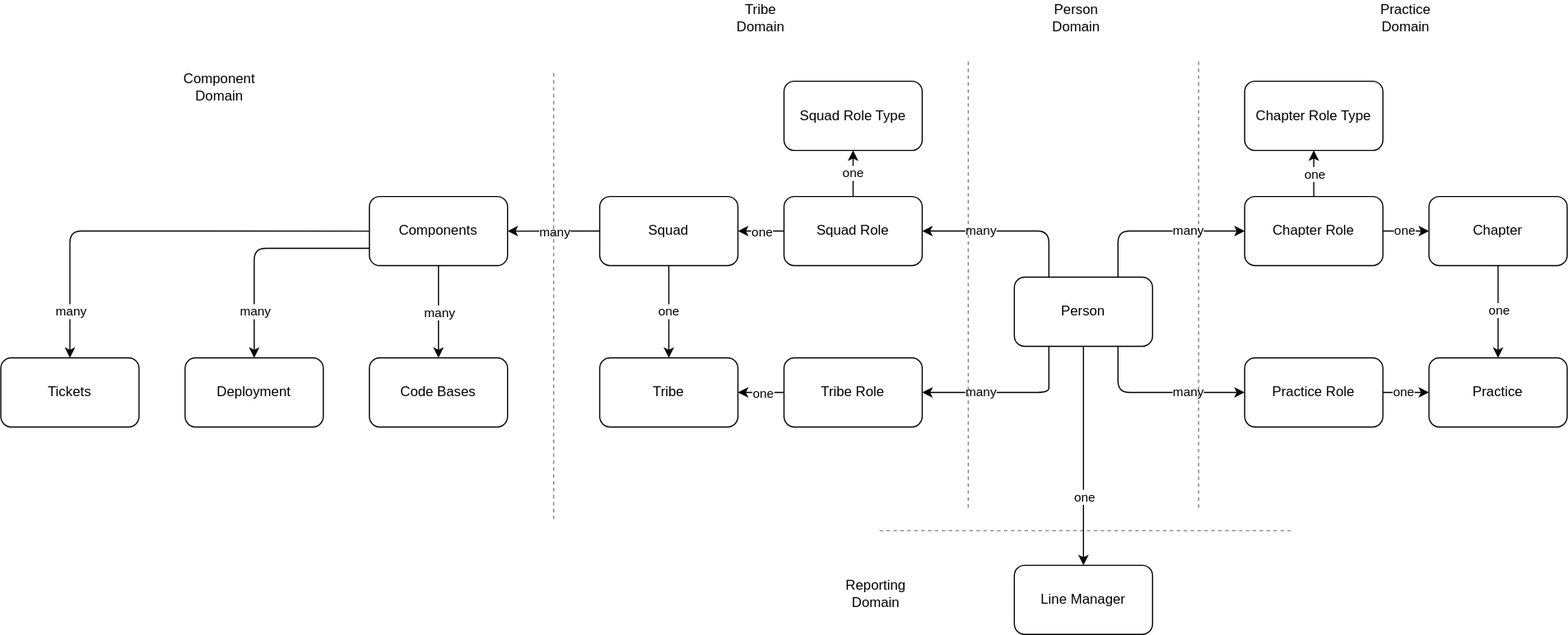
Earlier version of the draw.io export docs/data.drawio.svg (jdotw/swamp). Source tidied: cells renumbered, new cells last; positions are measured from the earlier drawing's top-left corner, leaving out a move shared by most shapes.
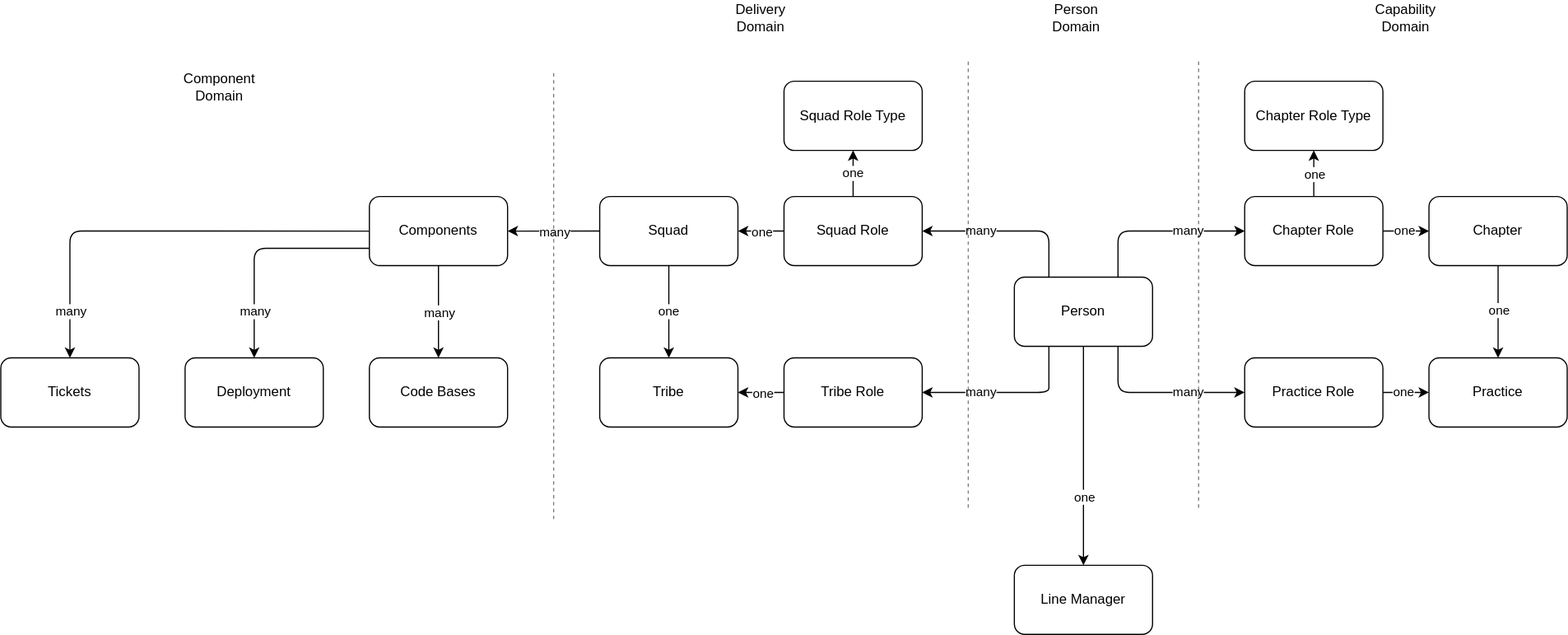
After the change.

Commit message:
terminology: component, delivery, person and capability

Change to the diagram source:
```diff
@@ -209,26 +209,17 @@
         <mxPoint x="1040" y="50" as="targetPoint" />
       </mxGeometry>
     </mxCell>
-    <mxCell id="53" style="endArrow=none;dashed=1;html=1;opacity=50;" parent="1" edge="1">
-      <mxGeometry relative="1" as="geometry">
-        <mxPoint x="1120" y="460" as="sourcePoint" />
-        <mxPoint x="760" y="460" as="targetPoint" />
-      </mxGeometry>
-    </mxCell>
     <mxCell id="54" value="Component Domain" style="text;html=1;strokeColor=none;fillColor=none;align=center;verticalAlign=middle;whiteSpace=wrap;rounded=0;dashed=1;" parent="1" vertex="1">
       <mxGeometry x="160" y="60" width="60" height="30" as="geometry" />
     </mxCell>
-    <mxCell id="55" value="Tribe Domain" style="text;html=1;strokeColor=none;fillColor=none;align=center;verticalAlign=middle;whiteSpace=wrap;rounded=0;dashed=1;" parent="1" vertex="1">
+    <mxCell id="55" value="Delivery Domain" style="text;html=1;strokeColor=none;fillColor=none;align=center;verticalAlign=middle;whiteSpace=wrap;rounded=0;dashed=1;" parent="1" vertex="1">
       <mxGeometry x="630" width="60" height="30" as="geometry" />
     </mxCell>
     <mxCell id="56" value="Person Domain" style="text;html=1;strokeColor=none;fillColor=none;align=center;verticalAlign=middle;whiteSpace=wrap;rounded=0;dashed=1;" parent="1" vertex="1">
       <mxGeometry x="904" width="60" height="30" as="geometry" />
     </mxCell>
-    <mxCell id="57" value="Practice Domain" style="text;html=1;strokeColor=none;fillColor=none;align=center;verticalAlign=middle;whiteSpace=wrap;rounded=0;dashed=1;" parent="1" vertex="1">
+    <mxCell id="57" value="Capability Domain" style="text;html=1;strokeColor=none;fillColor=none;align=center;verticalAlign=middle;whiteSpace=wrap;rounded=0;dashed=1;" parent="1" vertex="1">
       <mxGeometry x="1190" width="60" height="30" as="geometry" />
     </mxCell>
-    <mxCell id="58" value="Reporting Domain" style="text;html=1;strokeColor=none;fillColor=none;align=center;verticalAlign=middle;whiteSpace=wrap;rounded=0;dashed=1;" parent="1" vertex="1">
-      <mxGeometry x="730" y="500" width="60" height="30" as="geometry" />
-    </mxCell>
   </root>
 </mxGraphModel>
```
